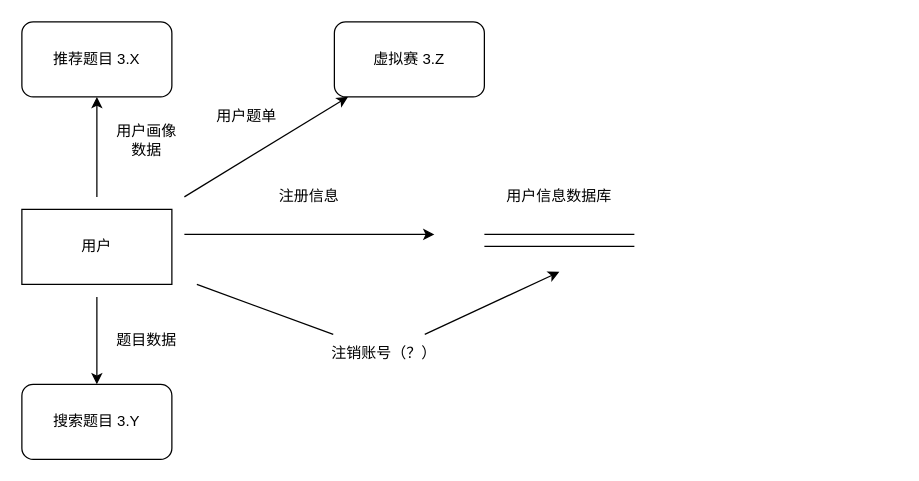
This is 分析文档/用户登录.drawio from 12MegaA21/CodeCode, a draw.io file, before an edit. Source tidied: cells renumbered, new cells numbered last; positions are measured from the earlier drawing's top-left corner, leaving out a move shared by most shapes. Both pictures are drawn from the tidied source at 125%, with x=0, y=0 at pixel (21, 21).
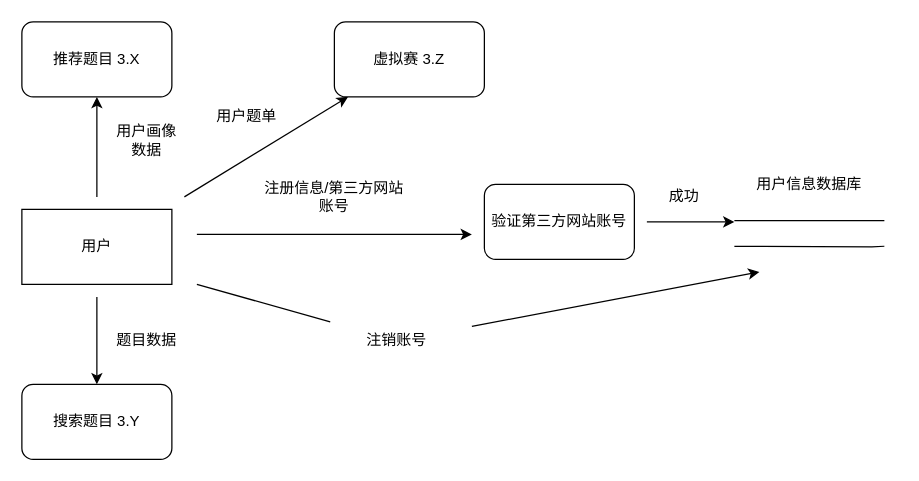
The same page after the edit.

What changed in the source:
```diff
@@
     <mxCell id="3" style="endArrow=classic;html=1;rounded=0;" parent="1" edge="1">
       <mxGeometry relative="1" as="geometry">
-        <mxPoint x="130" y="170" as="sourcePoint" />
-        <mxPoint x="330" y="170" as="targetPoint" />
+        <mxPoint x="140" y="170" as="sourcePoint" />
+        <mxPoint x="360" y="170" as="targetPoint" />
       </mxGeometry>
     </mxCell>
     <mxCell id="4" style="endArrow=none;html=1;rounded=0;" parent="1" edge="1">
       <mxGeometry relative="1" as="geometry">
-        <mxPoint x="490" y="170" as="sourcePoint" />
-        <mxPoint x="370" y="170" as="targetPoint" />
+        <mxPoint x="690" y="159" as="sourcePoint" />
+        <mxPoint x="570" y="159" as="targetPoint" />
         <Array as="points">
-          <mxPoint x="450" y="170" />
+          <mxPoint x="680" y="159" />
+          <mxPoint x="650" y="159" />
         </Array>
       </mxGeometry>
     </mxCell>
     <mxCell id="5" style="endArrow=none;html=1;rounded=0;" parent="1" edge="1">
       <mxGeometry relative="1" as="geometry">
-        <mxPoint x="490" y="179.5" as="sourcePoint" />
-        <mxPoint x="370" y="179.5" as="targetPoint" />
+        <mxPoint x="690" y="179.5" as="sourcePoint" />
+        <mxPoint x="570" y="179.5" as="targetPoint" />
+        <Array as="points">
+          <mxPoint x="680" y="180" />
+        </Array>
       </mxGeometry>
     </mxCell>
-    <mxCell id="6" value="注册信息" style="text;html=1;strokeColor=none;fillColor=none;align=center;verticalAlign=middle;whiteSpace=wrap;rounded=0;" parent="1" vertex="1">
-      <mxGeometry x="170" y="120" width="120" height="40" as="geometry" />
+    <mxCell id="6" value="注册信息/第三方网站账号&lt;br&gt;" style="text;html=1;strokeColor=none;fillColor=none;align=center;verticalAlign=middle;whiteSpace=wrap;rounded=0;" parent="1" vertex="1">
+      <mxGeometry x="190" y="120" width="120" height="40" as="geometry" />
     </mxCell>
@@
     <mxCell id="8" value="用户信息数据库&lt;br&gt;" style="text;html=1;strokeColor=none;fillColor=none;align=center;verticalAlign=middle;whiteSpace=wrap;rounded=0;" parent="1" vertex="1">
-      <mxGeometry x="360" y="120" width="140" height="40" as="geometry" />
+      <mxGeometry x="560" y="110" width="140" height="40" as="geometry" />
     </mxCell>
@@
     <mxCell id="15" style="endArrow=classic;html=1;rounded=0;" parent="1" edge="1" source="17">
       <mxGeometry relative="1" as="geometry">
-        <mxPoint x="430" y="200" as="targetPoint" />
+        <mxPoint x="590" y="200" as="targetPoint" />
       </mxGeometry>
     </mxCell>
@@
-    <mxCell id="17" value="注销账号（？）" style="text;html=1;strokeColor=none;fillColor=none;align=center;verticalAlign=middle;whiteSpace=wrap;rounded=0;" parent="1" vertex="1">
-      <mxGeometry x="230" y="250" width="120" height="30" as="geometry" />
+    <mxCell id="17" value="注销账号" style="text;html=1;strokeColor=none;fillColor=none;align=center;verticalAlign=middle;whiteSpace=wrap;rounded=0;" parent="1" vertex="1">
+      <mxGeometry x="240" y="240" width="120" height="30" as="geometry" />
     </mxCell>
@@
+    <mxCell id="21" value="验证第三方网站账号" style="rounded=1;whiteSpace=wrap;html=1;" parent="1" vertex="1">
+      <mxGeometry x="370" y="130" width="120" height="60" as="geometry" />
+    </mxCell>
+    <mxCell id="22" style="endArrow=classic;html=1;rounded=0;" parent="1" edge="1">
+      <mxGeometry relative="1" as="geometry">
+        <mxPoint x="500" y="160" as="sourcePoint" />
+        <mxPoint x="570" y="160" as="targetPoint" />
+      </mxGeometry>
+    </mxCell>
+    <mxCell id="23" value="成功" style="text;html=1;strokeColor=none;fillColor=none;align=center;verticalAlign=middle;whiteSpace=wrap;rounded=0;" parent="1" vertex="1">
+      <mxGeometry x="500" y="125" width="60" height="30" as="geometry" />
+    </mxCell>
```
